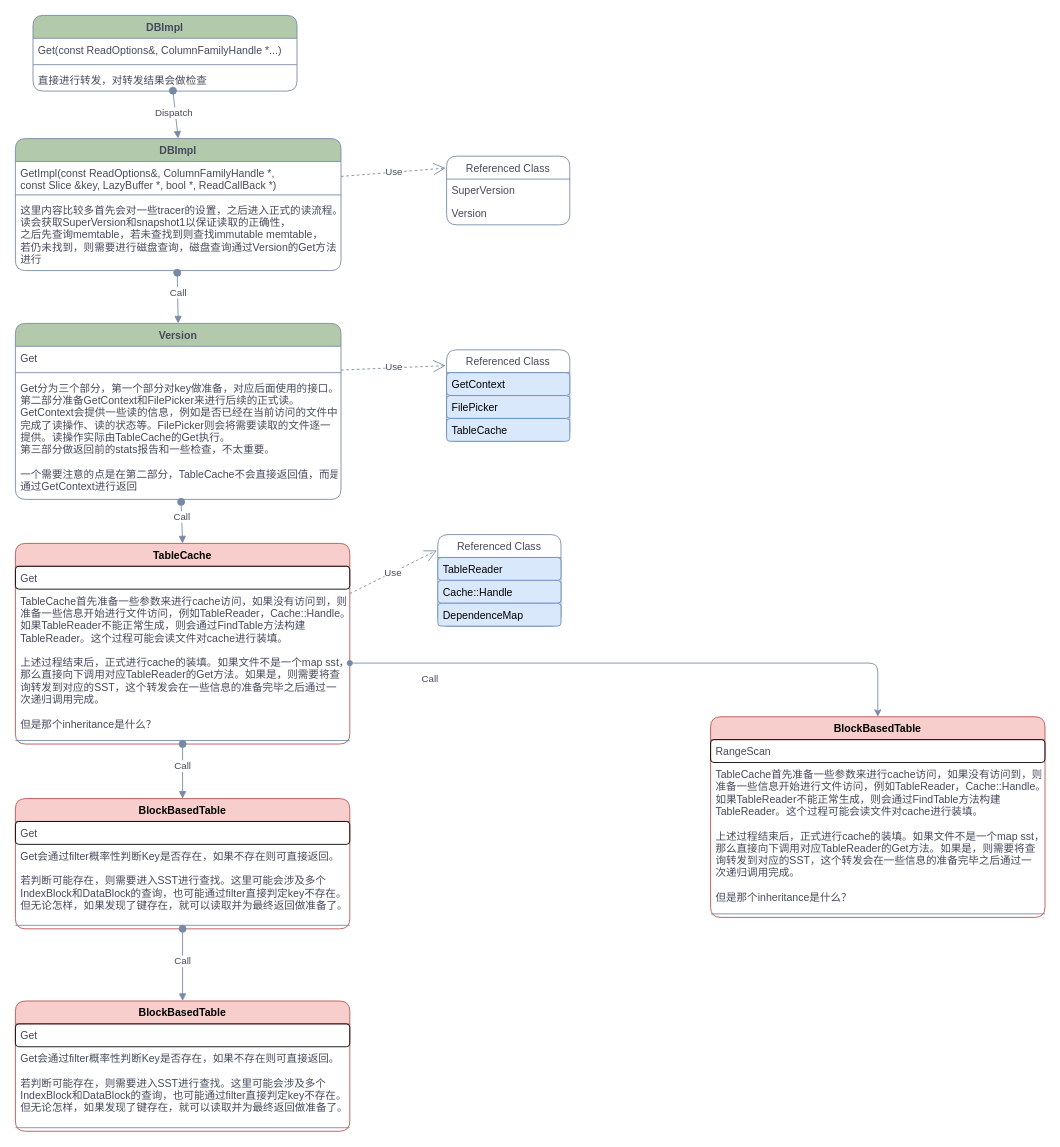
Before: page "Page-1" (1 of 2) of terarkDB.drawio in Dicridon/drawio, a draw.io diagram. Source tidied: cells renumbered, new cells numbered last; positions are measured from the earlier drawing's top-left corner, leaving out a move shared by most shapes. Both pictures are drawn from the tidied source at 88%, with x=0, y=0 at pixel (15, 15).
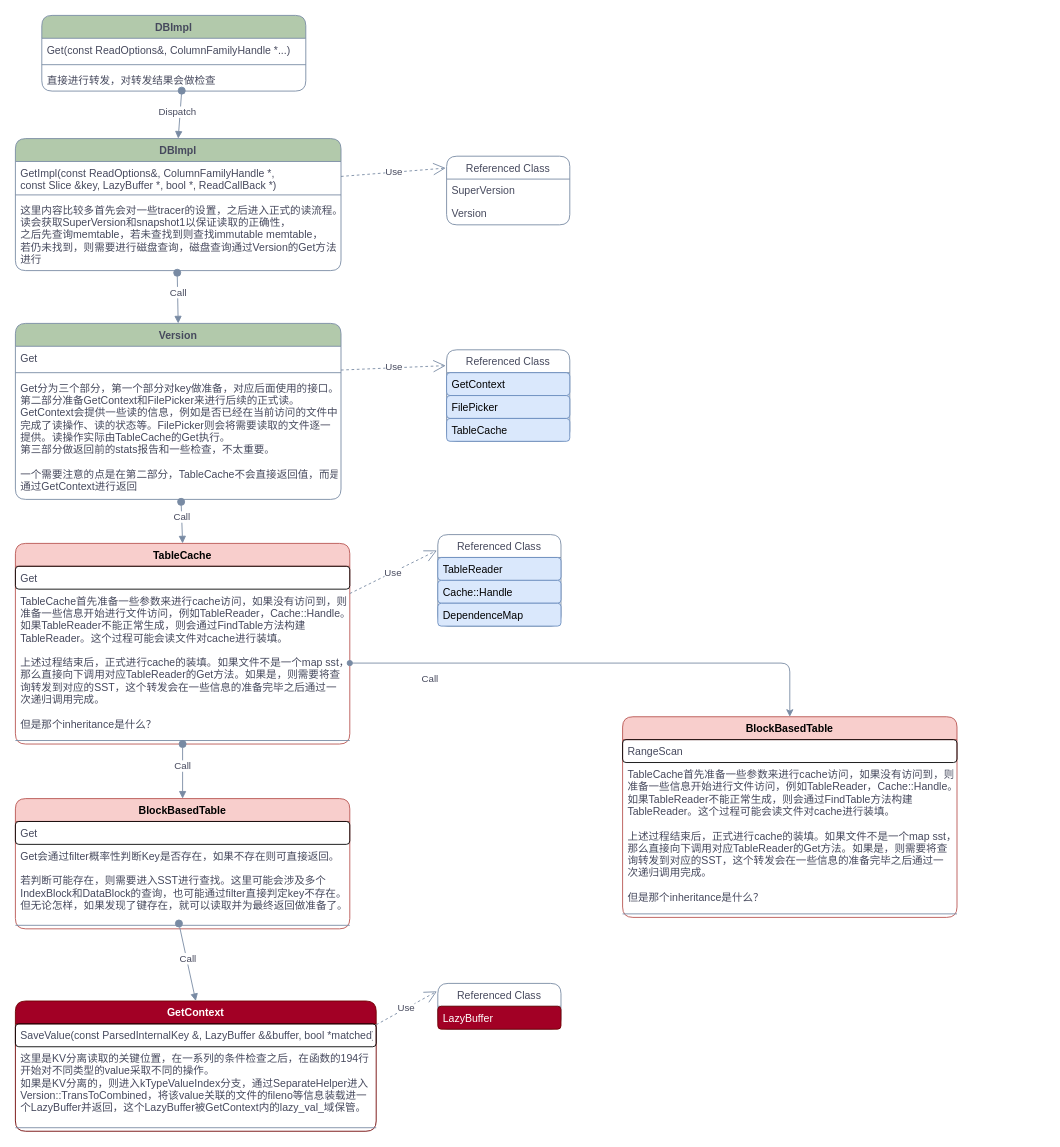
Above is the later version.

Unchanged cells that the change refers to:
```xml
<mxCell id="38" value="BlockBasedTable" style="swimlane;fontStyle=1;align=center;verticalAlign=top;horizontal=1;startSize=26;fillColor=#f8cecc;strokeColor=#b85450;rounded=1;" parent="1" vertex="1">
  <mxGeometry y="890" width="380" height="148" as="geometry" />
</mxCell>
<mxCell id="41" style="line;strokeWidth=1;fillColor=none;align=left;verticalAlign=middle;spacingTop=-1;spacingLeft=3;spacingRight=3;labelPosition=right;points=[];portConstraint=eastwest;strokeColor=#788AA3;fontColor=#46495D;rounded=1;" parent="38" vertex="1">
  <mxGeometry y="140" width="380" height="8" as="geometry" />
</mxCell>
```

What changed in the source:
```diff
@@
     <mxCell id="2" value="DBImpl" style="swimlane;fontStyle=1;align=center;verticalAlign=top;horizontal=1;startSize=26;fillColor=#B2C9AB;strokeColor=#788AA3;fontColor=#46495D;rounded=1;" parent="1" vertex="1">
-      <mxGeometry x="20" width="300" height="86" as="geometry" />
+      <mxGeometry x="30" width="300" height="86" as="geometry" />
     </mxCell>
@@
     <mxCell id="42" value="BlockBasedTable" style="swimlane;fontStyle=1;align=center;verticalAlign=top;horizontal=1;startSize=26;fillColor=#f8cecc;strokeColor=#b85450;rounded=1;" parent="1" vertex="1">
-      <mxGeometry x="790" y="797" width="380" height="228" as="geometry" />
+      <mxGeometry x="690" y="797" width="380" height="228" as="geometry" />
     </mxCell>
@@
-    <mxCell id="46" value="BlockBasedTable" style="swimlane;fontStyle=1;align=center;verticalAlign=top;horizontal=1;startSize=26;fillColor=#f8cecc;strokeColor=#b85450;rounded=1;" parent="1" vertex="1">
-      <mxGeometry y="1120" width="380" height="148" as="geometry" />
+    <mxCell id="46" value="GetContext" style="swimlane;fontStyle=1;align=center;verticalAlign=top;horizontal=1;startSize=26;fillColor=#a20025;strokeColor=#6F0000;rounded=1;fontColor=#ffffff;" parent="1" vertex="1">
+      <mxGeometry y="1120" width="410" height="148" as="geometry" />
     </mxCell>
-    <mxCell id="47" value="Get" style="text;strokeColor=default;fillColor=none;align=left;verticalAlign=top;spacingLeft=4;spacingRight=4;overflow=hidden;fontColor=#46495D;rounded=1;" parent="46" vertex="1">
-      <mxGeometry y="26" width="380" height="26" as="geometry" />
+    <mxCell id="47" value="SaveValue(const ParsedInternalKey &amp;, LazyBuffer &amp;&amp;buffer, bool *matched)" style="text;strokeColor=default;fillColor=none;align=left;verticalAlign=top;spacingLeft=4;spacingRight=4;overflow=hidden;fontColor=#46495D;rounded=1;" parent="46" vertex="1">
+      <mxGeometry y="26" width="410" height="26" as="geometry" />
     </mxCell>
-    <mxCell id="48" value="Get会通过filter概率性判断Key是否存在，如果不存在则可直接返回。&#10;&#10;若判断可能存在，则需要进入SST进行查找。这里可能会涉及多个&#10;IndexBlock和DataBlock的查询，也可能通过filter直接判定key不存在。&#10;但无论怎样，如果发现了键存在，就可以读取并为最终返回做准备了。" style="text;strokeColor=none;fillColor=none;align=left;verticalAlign=top;spacingLeft=4;spacingRight=4;overflow=hidden;fontColor=#46495D;rounded=1;" parent="46" vertex="1">
-      <mxGeometry y="52" width="380" height="88" as="geometry" />
+    <mxCell id="48" value="这里是KV分离读取的关键位置，在一系列的条件检查之后，在函数的194行&#10;开始对不同类型的value采取不同的操作。&#10;如果是KV分离的，则进入kTypeValueIndex分支，通过SeparateHelper进入&#10;Version::TransToCombined，将该value关联的文件的fileno等信息装载进一&#10;个LazyBuffer并返回，这个LazyBuffer被GetContext内的lazy_val_域保管。" style="text;strokeColor=none;fillColor=none;align=left;verticalAlign=top;spacingLeft=4;spacingRight=4;overflow=hidden;fontColor=#46495D;rounded=1;" parent="46" vertex="1">
+      <mxGeometry y="52" width="410" height="88" as="geometry" />
     </mxCell>
     <mxCell id="49" style="line;strokeWidth=1;fillColor=none;align=left;verticalAlign=middle;spacingTop=-1;spacingLeft=3;spacingRight=3;labelPosition=right;strokeColor=#788AA3;fontColor=#46495D;rounded=1;" parent="46" vertex="1">
-      <mxGeometry y="140" width="380" height="8" as="geometry" />
+      <mxGeometry y="140" width="410" height="8" as="geometry" />
     </mxCell>
-    <mxCell id="50" value="Call" style="html=1;verticalAlign=bottom;startArrow=oval;startFill=1;endArrow=block;startSize=8;rounded=1;entryX=0.5;entryY=0;entryDx=0;entryDy=0;strokeColor=#788AA3;fontColor=#46495D;exitX=0.5;exitY=1;exitDx=0;exitDy=0;" parent="1" edge="1" source="38" target="46">
+    <mxCell id="50" value="Call" style="html=1;verticalAlign=bottom;startArrow=oval;startFill=1;endArrow=block;startSize=8;rounded=1;entryX=0.5;entryY=0;entryDx=0;entryDy=0;strokeColor=#788AA3;fontColor=#46495D;exitX=0.489;exitY=0.24;exitDx=0;exitDy=0;exitPerimeter=0;" parent="1" edge="1" source="41" target="46">
       <mxGeometry x="0.11" relative="1" as="geometry" />
     </mxCell>
+    <mxCell id="51" value="Referenced Class" style="swimlane;fontStyle=0;horizontal=1;startSize=26;fillColor=none;strokeColor=#788AA3;fontColor=#46495D;rounded=1;" parent="1" vertex="1">
+      <mxGeometry x="480" y="1100" width="140" height="52" as="geometry" />
+    </mxCell>
+    <mxCell id="52" value="LazyBuffer" style="text;strokeColor=#6F0000;fillColor=#a20025;align=left;verticalAlign=top;spacingLeft=4;spacingRight=4;overflow=hidden;rounded=1;labelBackgroundColor=none;fontColor=#ffffff;" parent="51" vertex="1">
+      <mxGeometry y="26" width="140" height="26" as="geometry" />
+    </mxCell>
+    <mxCell id="53" value="Use" style="endArrow=open;endSize=12;dashed=1;html=1;rounded=1;exitX=1;exitY=0.25;exitDx=0;exitDy=0;entryX=-0.007;entryY=0.173;entryDx=0;entryDy=0;entryPerimeter=0;strokeColor=#788AA3;fontColor=#46495D;" parent="1" edge="1" target="51">
+      <mxGeometry relative="1" as="geometry">
+        <mxPoint x="410" y="1147" as="sourcePoint" />
+      </mxGeometry>
+    </mxCell>
```
